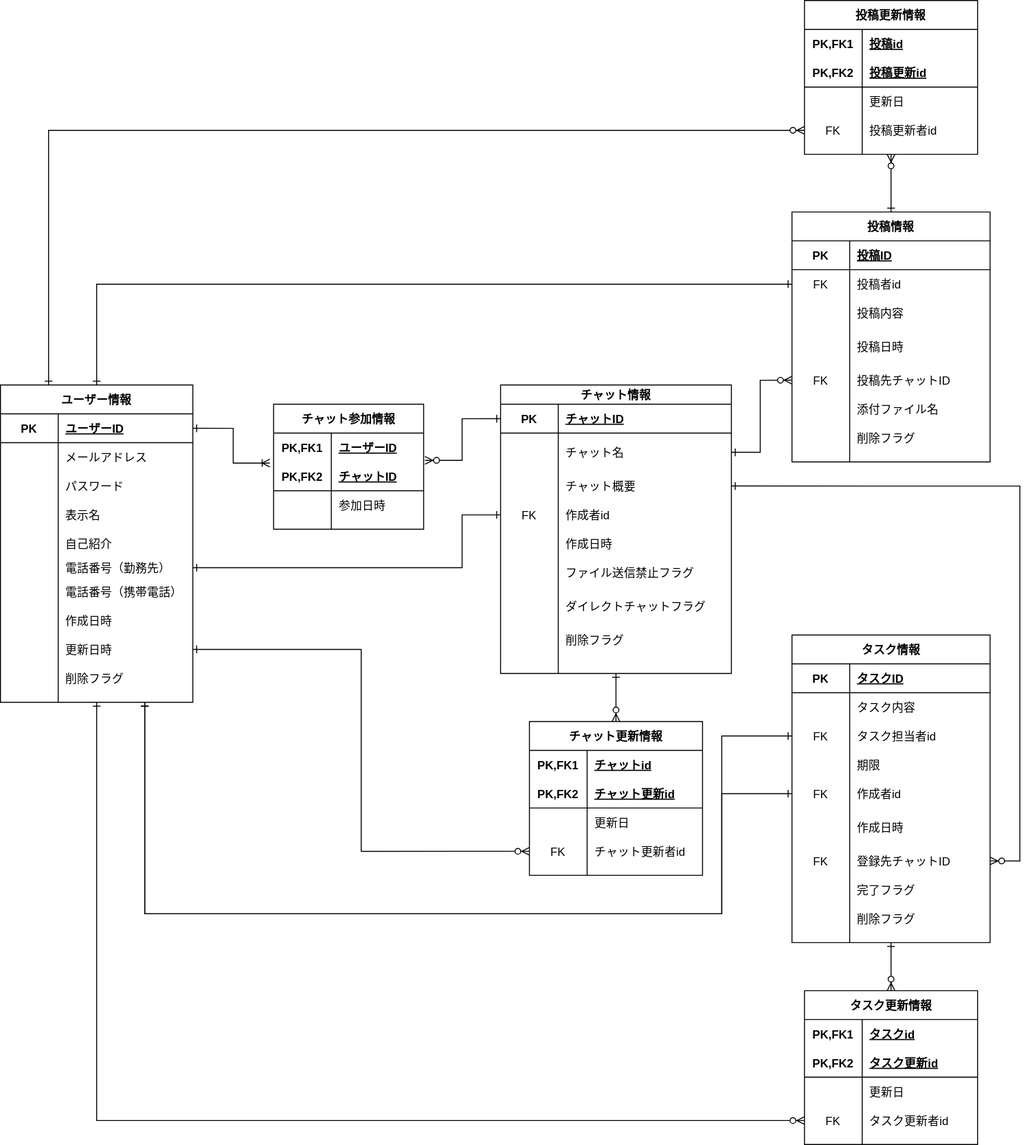
This is db/db-challenge1/ERDiagram.drawio.svg from fjsho/codegym-db, a draw.io export, as it was before one commit. Source tidied: cells renumbered, new cells last; positions are measured from the earlier drawing's top-left corner, leaving out a move shared by most shapes.
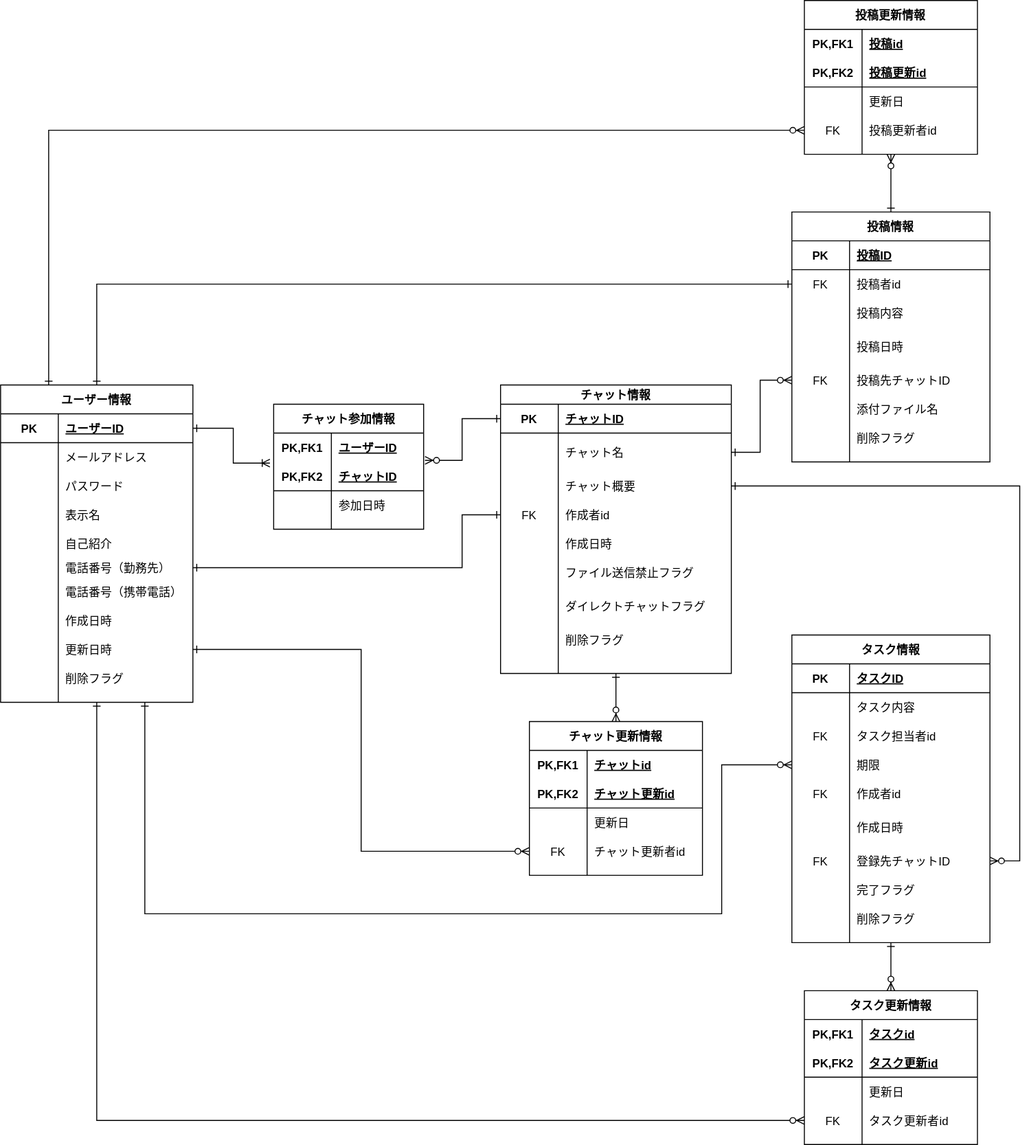
After the change.

Commit message:
[fix]タスク情報とユーザー情報間のリレーションを修正

What changed in the source:
```diff
@@ -522,19 +522,10 @@
     <mxCell id="166" style="edgeStyle=orthogonalEdgeStyle;rounded=0;jettySize=auto;html=1;startArrow=ERzeroToMany;startFill=1;endArrow=ERone;endFill=0;entryX=0.5;entryY=1;entryDx=0;entryDy=0;" parent="1" edge="1" source="146" target="3">
       <mxGeometry relative="1" as="geometry" />
     </mxCell>
-    <mxCell id="167" style="edgeStyle=orthogonalEdgeStyle;rounded=0;jettySize=auto;html=1;startArrow=ERone;startFill=0;endArrow=ERone;endFill=0;entryX=0.75;entryY=1;entryDx=0;entryDy=0;" parent="1" edge="1" source="96" target="3">
-      <mxGeometry relative="1" as="geometry">
-        <Array as="points">
-          <mxPoint x="750" y="825" />
-          <mxPoint x="750" y="950" />
-          <mxPoint x="150" y="950" />
-        </Array>
-      </mxGeometry>
-    </mxCell>
-    <mxCell id="168" style="edgeStyle=orthogonalEdgeStyle;rounded=0;jettySize=auto;html=1;startArrow=ERone;startFill=0;endArrow=ERone;endFill=0;entryX=0.75;entryY=1;entryDx=0;entryDy=0;" parent="1" edge="1" source="90" target="3">
+    <mxCell id="168" style="edgeStyle=orthogonalEdgeStyle;rounded=0;jettySize=auto;html=1;startArrow=ERzeroToMany;startFill=1;endArrow=ERone;endFill=0;entryX=0.75;entryY=1;entryDx=0;entryDy=0;exitX=0;exitY=0.5;exitDx=0;exitDy=0;" parent="1" edge="1" source="93" target="3">
       <mxGeometry relative="1" as="geometry">
         <Array as="points">
-          <mxPoint x="750" y="765" />
+          <mxPoint x="750" y="795" />
           <mxPoint x="750" y="950" />
           <mxPoint x="150" y="950" />
         </Array>
```
